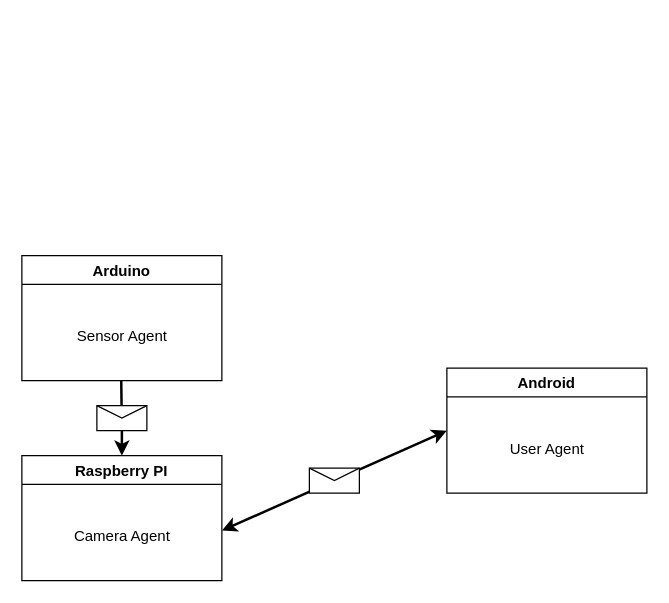
This is Diagrama_de_deployment.drawio from bmarrao/TPSE, a draw.io file, before an edit. Source tidied: cells renumbered, new cells numbered last; positions are measured from the earlier drawing's top-left corner, leaving out a move shared by most shapes. Both pictures are drawn from the tidied source at 125%, with x=0, y=0 at pixel (21, 30).
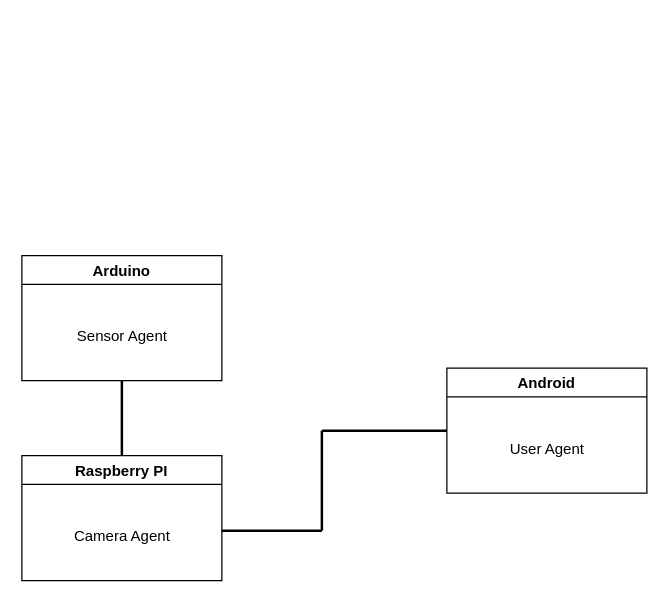
After the change.

Commit message:
Diagrama de Deployment

What changed in the source:
```diff
@@
 <mxGraphModel>
   <root>
     <mxCell id="0" />
     <mxCell id="1" parent="0" />
     <mxCell id="2" value="Arduino" style="swimlane;" parent="1" vertex="1">
       <mxGeometry y="180" width="160" height="100" as="geometry" />
     </mxCell>
     <mxCell id="3" value="Sensor Agent" style="text;html=1;align=center;verticalAlign=middle;strokeColor=none;fillColor=none;" parent="2" vertex="1">
       <mxGeometry x="30" y="50" width="100" height="30" as="geometry" />
     </mxCell>
     <mxCell id="4" value="Raspberry PI" style="swimlane;" parent="1" vertex="1">
       <mxGeometry y="340" width="160" height="100" as="geometry" />
     </mxCell>
     <mxCell id="5" value="Camera Agent" style="text;html=1;align=center;verticalAlign=middle;strokeColor=none;fillColor=none;" parent="4" vertex="1">
       <mxGeometry x="30" y="50" width="100" height="30" as="geometry" />
     </mxCell>
     <mxCell id="6" value="Android" style="swimlane;" parent="1" vertex="1">
       <mxGeometry x="340" y="270" width="160" height="100" as="geometry" />
     </mxCell>
     <mxCell id="7" value="User Agent" style="text;html=1;align=center;verticalAlign=middle;strokeColor=none;fillColor=none;" parent="6" vertex="1">
       <mxGeometry x="40" y="50" width="80" height="30" as="geometry" />
     </mxCell>
-    <mxCell id="8" style="endArrow=classic;startArrow=classic;html=1;rounded=0;strokeWidth=2;" parent="1" edge="1">
-      <mxGeometry relative="1" as="geometry">
-        <mxPoint x="340" y="320" as="sourcePoint" />
-        <mxPoint x="160" y="400" as="targetPoint" />
-      </mxGeometry>
-    </mxCell>
     <mxCell id="9" style="edgeStyle=orthogonalEdgeStyle;rounded=0;orthogonalLoop=1;jettySize=auto;html=1;exitX=0.5;exitY=0;exitDx=0;exitDy=0;entryX=0.5;entryY=0;entryDx=0;entryDy=0;" parent="1" edge="1">
       <mxGeometry relative="1" as="geometry">
         <mxPoint x="362" as="sourcePoint" />
         <mxPoint x="362" as="targetPoint" />
       </mxGeometry>
     </mxCell>
-    <mxCell id="10" style="shape=message;html=1;html=1;labelPosition=center;verticalLabelPosition=bottom;align=center;verticalAlign=top;" parent="1" vertex="1">
-      <mxGeometry x="230" y="350" width="40" height="20" as="geometry" />
-    </mxCell>
-    <mxCell id="11" style="endArrow=classic;html=1;rounded=0;strokeWidth=2;entryX=0.5;entryY=1;entryDx=0;entryDy=0;" parent="1" edge="1" source="13">
-      <mxGeometry relative="1" as="geometry">
-        <mxPoint x="80" y="340" as="targetPoint" />
-      </mxGeometry>
-    </mxCell>
-    <mxCell id="12" style="endArrow=classic;html=1;rounded=0;strokeWidth=2;entryX=0.5;entryY=1;entryDx=0;entryDy=0;" parent="1" edge="1" target="13">
-      <mxGeometry relative="1" as="geometry">
-        <mxPoint x="79.5" y="280" as="sourcePoint" />
-      </mxGeometry>
-    </mxCell>
-    <mxCell id="13" style="shape=message;html=1;html=1;outlineConnect=0;labelPosition=center;verticalLabelPosition=bottom;align=center;verticalAlign=top;" parent="1" vertex="1">
-      <mxGeometry x="60" y="300" width="40" height="20" as="geometry" />
-    </mxCell>
+    <mxCell id="14" style="endArrow=none;html=1;rounded=0;strokeWidth=2;exitX=0.5;exitY=0;exitDx=0;exitDy=0;entryX=0.5;entryY=1;entryDx=0;entryDy=0;" parent="1" edge="1" source="4" target="2">
+      <mxGeometry relative="1" as="geometry" />
+    </mxCell>
+    <mxCell id="15" style="endArrow=none;html=1;rounded=0;strokeWidth=2;" parent="1" edge="1">
+      <mxGeometry relative="1" as="geometry">
+        <mxPoint x="160" y="400" as="sourcePoint" />
+        <mxPoint x="240" y="400" as="targetPoint" />
+      </mxGeometry>
+    </mxCell>
+    <mxCell id="16" style="endArrow=none;html=1;rounded=0;strokeWidth=2;" parent="1" edge="1">
+      <mxGeometry relative="1" as="geometry">
+        <mxPoint x="240" y="400" as="sourcePoint" />
+        <mxPoint x="240" y="320" as="targetPoint" />
+      </mxGeometry>
+    </mxCell>
+    <mxCell id="17" style="endArrow=none;html=1;rounded=0;strokeWidth=2;entryX=0;entryY=0.5;entryDx=0;entryDy=0;" parent="1" edge="1" target="6">
+      <mxGeometry relative="1" as="geometry">
+        <mxPoint x="240" y="320" as="sourcePoint" />
+      </mxGeometry>
+    </mxCell>
   </root>
 </mxGraphModel>
```
